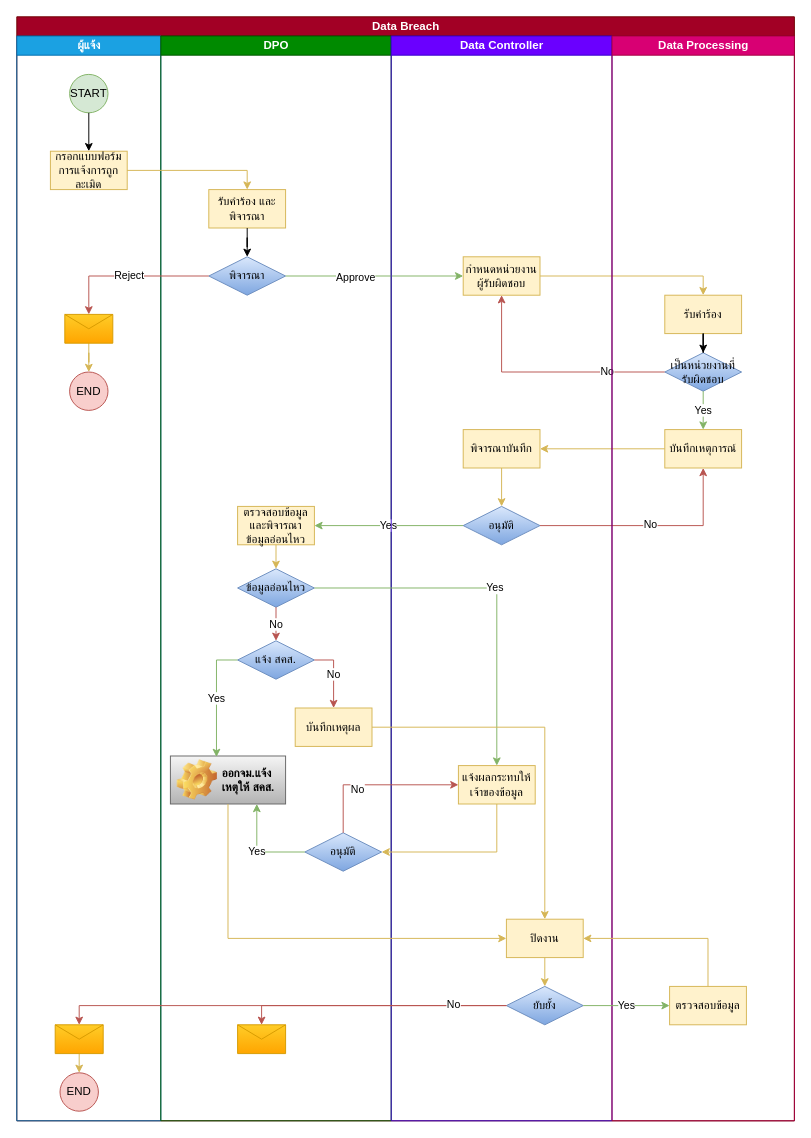
threewat-api/DataBreachFlow keeps this draw.io diagram as data_breach.drawio. Above is the earlier version. Source tidied: cells renumbered, new cells numbered last; positions are measured from the earlier drawing's top-left corner, leaving out a move shared by most shapes. Both pictures are drawn from the tidied source at 96%, with x=0, y=0 at pixel (16, 16).
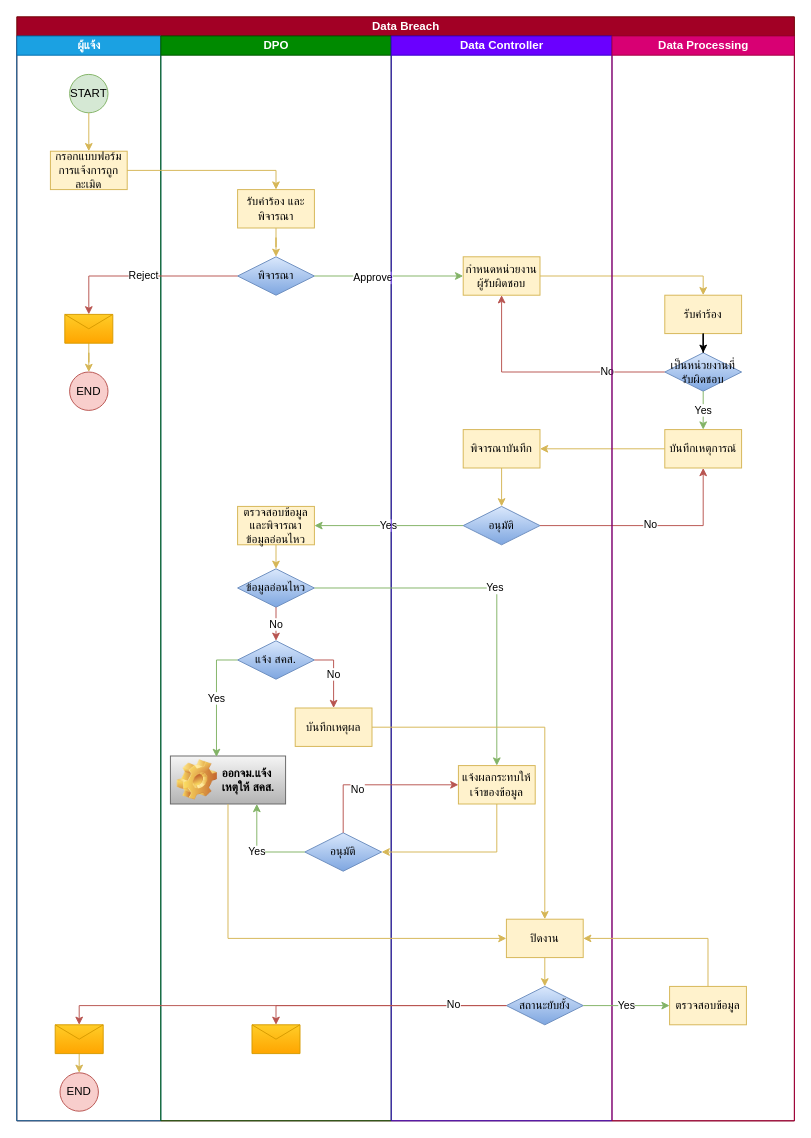
After the change.

Unchanged cells that the change refers to:
```xml
<mxCell id="5" value="ผู้แจ้ง" style="swimlane;startSize=20;html=1;fillColor=#1ba1e2;strokeColor=#006EAF;fontColor=#ffffff;" parent="4" vertex="1">
  <mxGeometry y="20" width="150" height="1130" as="geometry" />
</mxCell>
<mxCell id="6" value="START" style="ellipse;whiteSpace=wrap;html=1;fillColor=#d5e8d4;strokeColor=#82b366;" parent="5" vertex="1">
  <mxGeometry x="55" y="40" width="40" height="40" as="geometry" />
</mxCell>
<mxCell id="7" value="กรอกแบบฟอร์มการแจ้งการถูกละเมิด" style="rounded=0;whiteSpace=wrap;html=1;fillColor=#fff2cc;strokeColor=#d6b656;" parent="5" vertex="1">
  <mxGeometry x="35" y="120" width="80" height="40" as="geometry" />
</mxCell>
<mxCell id="13" value="DPO" style="swimlane;startSize=20;html=1;direction=east;fillColor=#008a00;strokeColor=#005700;fontColor=#ffffff;" parent="4" vertex="1">
  <mxGeometry x="150" y="20" width="240" height="1130" as="geometry" />
</mxCell>
<mxCell id="40" value="Data Controller" style="swimlane;startSize=20;html=1;fillColor=#6a00ff;fontColor=#ffffff;strokeColor=#3700CC;" parent="4" vertex="1">
  <mxGeometry x="390" y="20" width="230" height="1130" as="geometry" />
</mxCell>
```

Change to the diagram source:
```diff
@@
-    <mxCell id="9" style="edgeStyle=orthogonalEdgeStyle;rounded=0;jettySize=auto;html=1;" parent="5" edge="1" source="6" target="7">
+    <mxCell id="9" style="edgeStyle=orthogonalEdgeStyle;rounded=0;jettySize=auto;html=1;fillColor=#fff2cc;gradientColor=#ffd966;strokeColor=#d6b656;" parent="5" edge="1" source="6" target="7">
       <mxGeometry relative="1" as="geometry" />
     </mxCell>
@@
     <mxCell id="14" value="รับคำร้อง และพิจารณา" style="rounded=0;whiteSpace=wrap;html=1;fillColor=#fff2cc;strokeColor=#d6b656;" parent="13" vertex="1">
-      <mxGeometry x="50" y="160" width="80" height="40" as="geometry" />
+      <mxGeometry x="80" y="160" width="80" height="40" as="geometry" />
     </mxCell>
-    <mxCell id="15" style="edgeStyle=orthogonalEdgeStyle;rounded=0;jettySize=auto;html=1;" parent="13" edge="1" source="14" target="16">
+    <mxCell id="15" style="edgeStyle=orthogonalEdgeStyle;rounded=0;jettySize=auto;html=1;fillColor=#fff2cc;gradientColor=#ffd966;strokeColor=#d6b656;" parent="13" edge="1" source="14" target="16">
       <mxGeometry relative="1" as="geometry" />
     </mxCell>
     <mxCell id="16" value="พิจารณา" style="rhombus;whiteSpace=wrap;html=1;fillColor=#dae8fc;gradientColor=#7ea6e0;strokeColor=#6c8ebf;" parent="13" vertex="1">
-      <mxGeometry x="50" y="230" width="80" height="40" as="geometry" />
+      <mxGeometry x="80" y="230" width="80" height="40" as="geometry" />
     </mxCell>
@@
     <mxCell id="28" style="shape=message;html=1;html=1;outlineConnect=0;labelPosition=center;verticalLabelPosition=bottom;align=center;verticalAlign=top;fillColor=#ffcd28;gradientColor=#ffa500;strokeColor=#d79b00;" parent="13" vertex="1">
-      <mxGeometry x="80" y="1030" width="50" height="30" as="geometry" />
+      <mxGeometry x="95" y="1030" width="50" height="30" as="geometry" />
     </mxCell>
@@
-    <mxCell id="47" value="ยับยั้ง" style="rhombus;whiteSpace=wrap;html=1;fillColor=#dae8fc;gradientColor=#7ea6e0;strokeColor=#6c8ebf;" parent="40" vertex="1">
+    <mxCell id="47" value="สถานะยับยั้ง" style="rhombus;whiteSpace=wrap;html=1;fillColor=#dae8fc;gradientColor=#7ea6e0;strokeColor=#6c8ebf;" parent="40" vertex="1">
       <mxGeometry x="120" y="990" width="80" height="40" as="geometry" />
     </mxCell>
```
